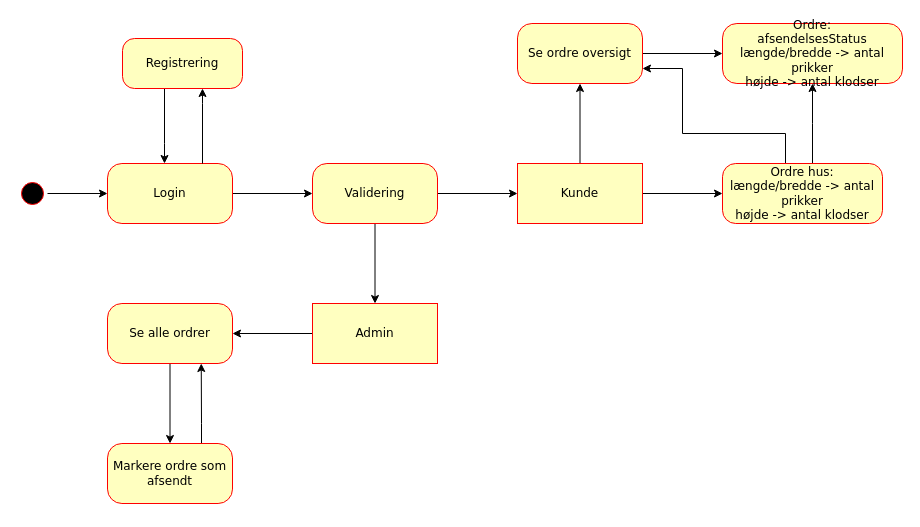
Above: diagrams/LegoStorePresentation.drawio in cph-ms782/LegoStore (draw.io), before the change. Source tidied: cells renumbered, new cells numbered last; positions are measured from the earlier drawing's top-left corner, leaving out a move shared by most shapes. Both pictures are drawn from the tidied source at 100%, with x=0, y=0 at pixel (17, 23).
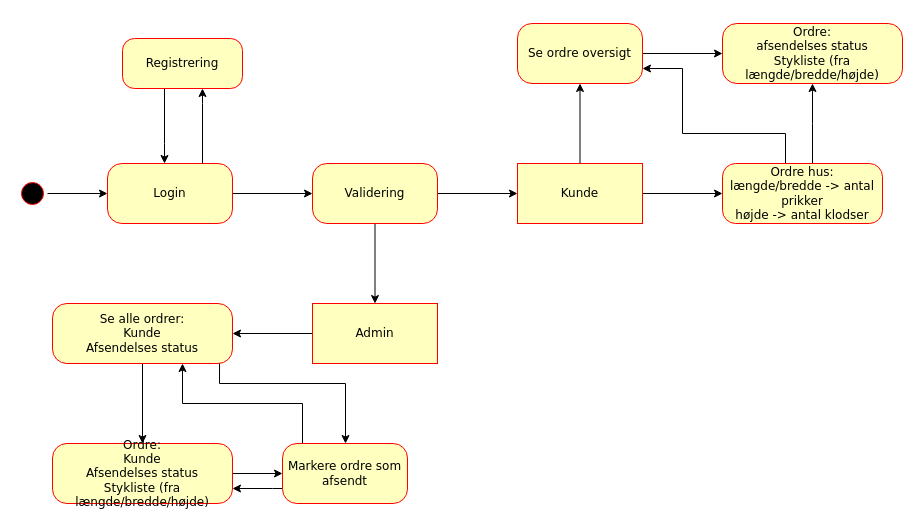
The same diagram, later.

The edit, as a diff of the source:
```diff
@@
+    <mxCell id="27" style="edgeStyle=orthogonalEdgeStyle;rounded=0;jettySize=auto;html=1;" parent="1" edge="1" source="12" target="29">
+      <mxGeometry relative="1" as="geometry" />
+    </mxCell>
+    <mxCell id="12" value="Se alle ordrer:&lt;br&gt;Kunde&lt;br&gt;Afsendelses status&lt;br&gt;" style="rounded=1;whiteSpace=wrap;html=1;arcSize=24;fillColor=#ffffc0;strokeColor=#ff0000;shadow=0;comic=0;labelBackgroundColor=none;fontFamily=Verdana;fontSize=12;fontColor=#000000;align=center;" parent="1" vertex="1">
+      <mxGeometry x="35" y="280" width="180" height="60" as="geometry" />
+    </mxCell>
+    <mxCell id="28" style="edgeStyle=orthogonalEdgeStyle;rounded=0;jettySize=auto;html=1;" parent="1" edge="1" source="29" target="14">
+      <mxGeometry relative="1" as="geometry" />
+    </mxCell>
+    <mxCell id="29" value="Ordre:&lt;br&gt;Kunde&lt;br&gt;Afsendelses status&lt;br&gt;Stykliste (fra længde/bredde/højde)&lt;br&gt;" style="rounded=1;whiteSpace=wrap;html=1;arcSize=24;fillColor=#ffffc0;strokeColor=#ff0000;shadow=0;comic=0;labelBackgroundColor=none;fontFamily=Verdana;fontSize=12;fontColor=#000000;align=center;" parent="1" vertex="1">
+      <mxGeometry x="35" y="420" width="180" height="60" as="geometry" />
+    </mxCell>
+    <mxCell id="13" style="edgeStyle=orthogonalEdgeStyle;rounded=0;jettySize=auto;html=1;" parent="1" edge="1" source="14">
+      <mxGeometry relative="1" as="geometry">
+        <mxPoint x="165" y="340" as="targetPoint" />
+        <Array as="points">
+          <mxPoint x="285" y="380" />
+          <mxPoint x="165" y="380" />
+        </Array>
+      </mxGeometry>
+    </mxCell>
-    <mxCell id="11" style="edgeStyle=orthogonalEdgeStyle;rounded=0;jettySize=auto;html=1;" parent="1" edge="1" source="12" target="14">
-      <mxGeometry relative="1" as="geometry" />
+    <mxCell id="11" style="edgeStyle=orthogonalEdgeStyle;rounded=0;jettySize=auto;html=1;exitX=0.928;exitY=1;exitDx=0;exitDy=0;exitPerimeter=0;" parent="1" edge="1" source="12" target="14">
+      <mxGeometry relative="1" as="geometry">
+        <Array as="points">
+          <mxPoint x="202" y="360" />
+          <mxPoint x="328" y="360" />
+        </Array>
+      </mxGeometry>
     </mxCell>
-    <mxCell id="12" value="Se alle ordrer" style="rounded=1;whiteSpace=wrap;html=1;arcSize=24;fillColor=#ffffc0;strokeColor=#ff0000;shadow=0;comic=0;labelBackgroundColor=none;fontFamily=Verdana;fontSize=12;fontColor=#000000;align=center;" parent="1" vertex="1">
-      <mxGeometry x="90" y="280" width="125" height="60" as="geometry" />
-    </mxCell>
-    <mxCell id="13" style="edgeStyle=orthogonalEdgeStyle;rounded=0;jettySize=auto;html=1;entryX=0.75;entryY=1;entryDx=0;entryDy=0;" parent="1" edge="1" source="14" target="12">
-      <mxGeometry relative="1" as="geometry">
-        <Array as="points">
-          <mxPoint x="184" y="400" />
-          <mxPoint x="184" y="400" />
-        </Array>
-      </mxGeometry>
-    </mxCell>
+    <mxCell id="30" style="edgeStyle=orthogonalEdgeStyle;rounded=0;jettySize=auto;html=1;entryX=1;entryY=0.75;entryDx=0;entryDy=0;" parent="1" edge="1" source="14" target="29">
+      <mxGeometry relative="1" as="geometry">
+        <Array as="points">
+          <mxPoint x="255" y="465" />
+          <mxPoint x="255" y="465" />
+        </Array>
+      </mxGeometry>
+    </mxCell>
     <mxCell id="14" value="Markere ordre som afsendt" style="rounded=1;whiteSpace=wrap;html=1;arcSize=24;fillColor=#ffffc0;strokeColor=#ff0000;shadow=0;comic=0;labelBackgroundColor=none;fontFamily=Verdana;fontSize=12;fontColor=#000000;align=center;" parent="1" vertex="1">
-      <mxGeometry x="90" y="420" width="125" height="60" as="geometry" />
+      <mxGeometry x="265" y="420" width="125" height="60" as="geometry" />
     </mxCell>
@@
-    <mxCell id="20" value="Ordre:&lt;br&gt;afsendelsesStatus&lt;br&gt;længde/bredde -&amp;gt; antal prikker&lt;br&gt;højde -&amp;gt; antal klodser&lt;br&gt;" style="rounded=1;whiteSpace=wrap;html=1;arcSize=24;fillColor=#ffffc0;strokeColor=#ff0000;shadow=0;comic=0;labelBackgroundColor=none;fontFamily=Verdana;fontSize=12;fontColor=#000000;align=center;" parent="1" vertex="1">
+    <mxCell id="20" value="Ordre:&lt;br&gt;afsendelses status&lt;br&gt;Stykliste (fra længde/bredde/højde)&lt;br&gt;" style="rounded=1;whiteSpace=wrap;html=1;arcSize=24;fillColor=#ffffc0;strokeColor=#ff0000;shadow=0;comic=0;labelBackgroundColor=none;fontFamily=Verdana;fontSize=12;fontColor=#000000;align=center;" parent="1" vertex="1">
       <mxGeometry x="705" width="180" height="60" as="geometry" />
     </mxCell>
```
